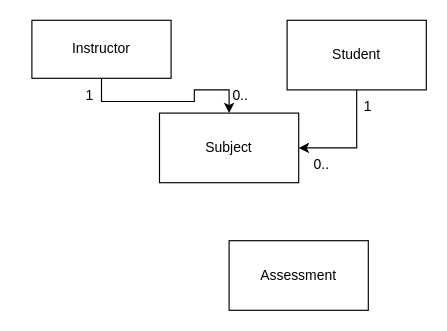
The draw.io diagram Workshop3.drawio in SWEN30006-14/Workshops, before the edit. Source tidied: cells renumbered, new cells numbered last; positions are measured from the earlier drawing's top-left corner, leaving out a move shared by most shapes. Both pictures are drawn from the tidied source at 116%, with x=0, y=0 at pixel (31, 20).
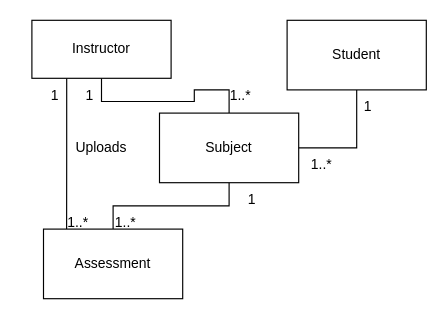
The same diagram, later.

Diff of the diagram source:
```diff
@@
 <mxGraphModel>
   <root>
     <mxCell id="0" />
     <mxCell id="1" parent="0" />
-    <mxCell id="2" style="edgeStyle=orthogonalEdgeStyle;rounded=0;jettySize=auto;html=1;entryX=0.5;entryY=0;entryDx=0;entryDy=0;" parent="1" edge="1" source="3" target="4">
+    <mxCell id="2" style="edgeStyle=orthogonalEdgeStyle;rounded=0;jettySize=auto;html=1;entryX=0.5;entryY=0;entryDx=0;entryDy=0;endArrow=none;endFill=0;" parent="1" edge="1" source="3" target="4">
       <mxGeometry relative="1" as="geometry" />
     </mxCell>
+    <mxCell id="12" style="edgeStyle=orthogonalEdgeStyle;rounded=0;jettySize=auto;html=1;exitX=0.25;exitY=1;exitDx=0;exitDy=0;entryX=0.166;entryY=-0.002;entryDx=0;entryDy=0;entryPerimeter=0;endArrow=none;endFill=0;" parent="1" edge="1" source="3" target="5">
+      <mxGeometry relative="1" as="geometry" />
+    </mxCell>
     <mxCell id="3" value="Instructor" style="rounded=0;whiteSpace=wrap;html=1;" parent="1" vertex="1">
       <mxGeometry width="120" height="50" as="geometry" />
     </mxCell>
+    <mxCell id="13" style="edgeStyle=orthogonalEdgeStyle;rounded=0;jettySize=auto;html=1;entryX=0.5;entryY=0;entryDx=0;entryDy=0;verticalAlign=middle;endArrow=none;endFill=0;" parent="1" edge="1" source="4" target="5">
+      <mxGeometry relative="1" as="geometry" />
+    </mxCell>
     <mxCell id="4" value="Subject" style="rounded=0;whiteSpace=wrap;html=1;" parent="1" vertex="1">
       <mxGeometry x="110" y="80" width="120" height="60" as="geometry" />
     </mxCell>
     <mxCell id="5" value="Assessment" style="rounded=0;whiteSpace=wrap;html=1;" parent="1" vertex="1">
-      <mxGeometry x="170" y="190" width="120" height="60" as="geometry" />
+      <mxGeometry x="10" y="180" width="120" height="60" as="geometry" />
     </mxCell>
-    <mxCell id="6" style="edgeStyle=orthogonalEdgeStyle;rounded=0;jettySize=auto;html=1;entryX=1;entryY=0.5;entryDx=0;entryDy=0;" parent="1" edge="1" source="7" target="4">
+    <mxCell id="6" style="edgeStyle=orthogonalEdgeStyle;rounded=0;jettySize=auto;html=1;entryX=1;entryY=0.5;entryDx=0;entryDy=0;endArrow=none;endFill=0;" parent="1" edge="1" source="7" target="4">
       <mxGeometry relative="1" as="geometry" />
     </mxCell>
     <mxCell id="7" value="Student" style="rounded=0;whiteSpace=wrap;html=1;" parent="1" vertex="1">
       <mxGeometry x="220" width="120" height="60" as="geometry" />
     </mxCell>
-    <mxCell id="8" value="0.." style="text;html=1;strokeColor=none;fillColor=none;align=center;verticalAlign=middle;whiteSpace=wrap;rounded=0;" parent="1" vertex="1">
+    <mxCell id="8" value="1..*" style="text;html=1;strokeColor=none;fillColor=none;align=center;verticalAlign=middle;whiteSpace=wrap;rounded=0;" parent="1" vertex="1">
       <mxGeometry x="150" y="50" width="60" height="30" as="geometry" />
     </mxCell>
     <mxCell id="9" value="1" style="text;html=1;strokeColor=none;fillColor=none;align=center;verticalAlign=middle;whiteSpace=wrap;rounded=0;" parent="1" vertex="1">
       <mxGeometry x="20" y="50" width="60" height="30" as="geometry" />
     </mxCell>
-    <mxCell id="10" value="0.." style="text;html=1;strokeColor=none;fillColor=none;align=center;verticalAlign=middle;whiteSpace=wrap;rounded=0;" parent="1" vertex="1">
+    <mxCell id="10" value="1..*" style="text;html=1;strokeColor=none;fillColor=none;align=center;verticalAlign=middle;whiteSpace=wrap;rounded=0;" parent="1" vertex="1">
       <mxGeometry x="220" y="110" width="60" height="30" as="geometry" />
     </mxCell>
     <mxCell id="11" value="1" style="text;html=1;strokeColor=none;fillColor=none;align=center;verticalAlign=middle;whiteSpace=wrap;rounded=0;" parent="1" vertex="1">
       <mxGeometry x="260" y="60" width="60" height="30" as="geometry" />
     </mxCell>
+    <mxCell id="14" value="1" style="text;html=1;strokeColor=none;fillColor=none;align=center;verticalAlign=middle;whiteSpace=wrap;rounded=0;" parent="1" vertex="1">
+      <mxGeometry x="160" y="140" width="60" height="30" as="geometry" />
+    </mxCell>
+    <mxCell id="15" value="1..*" style="text;html=1;strokeColor=none;fillColor=none;align=center;verticalAlign=middle;whiteSpace=wrap;rounded=0;" parent="1" vertex="1">
+      <mxGeometry x="51" y="160" width="60" height="30" as="geometry" />
+    </mxCell>
+    <mxCell id="16" value="Uploads" style="text;html=1;strokeColor=none;fillColor=none;align=center;verticalAlign=middle;whiteSpace=wrap;rounded=0;" parent="1" vertex="1">
+      <mxGeometry x="30" y="95" width="60" height="30" as="geometry" />
+    </mxCell>
+    <mxCell id="17" value="1" style="text;html=1;strokeColor=none;fillColor=none;align=center;verticalAlign=middle;whiteSpace=wrap;rounded=0;" parent="1" vertex="1">
+      <mxGeometry x="-10" y="50" width="60" height="30" as="geometry" />
+    </mxCell>
+    <mxCell id="18" value="1..*" style="text;html=1;strokeColor=none;fillColor=none;align=center;verticalAlign=middle;whiteSpace=wrap;rounded=0;" parent="1" vertex="1">
+      <mxGeometry x="10" y="160" width="60" height="30" as="geometry" />
+    </mxCell>
   </root>
 </mxGraphModel>
```
